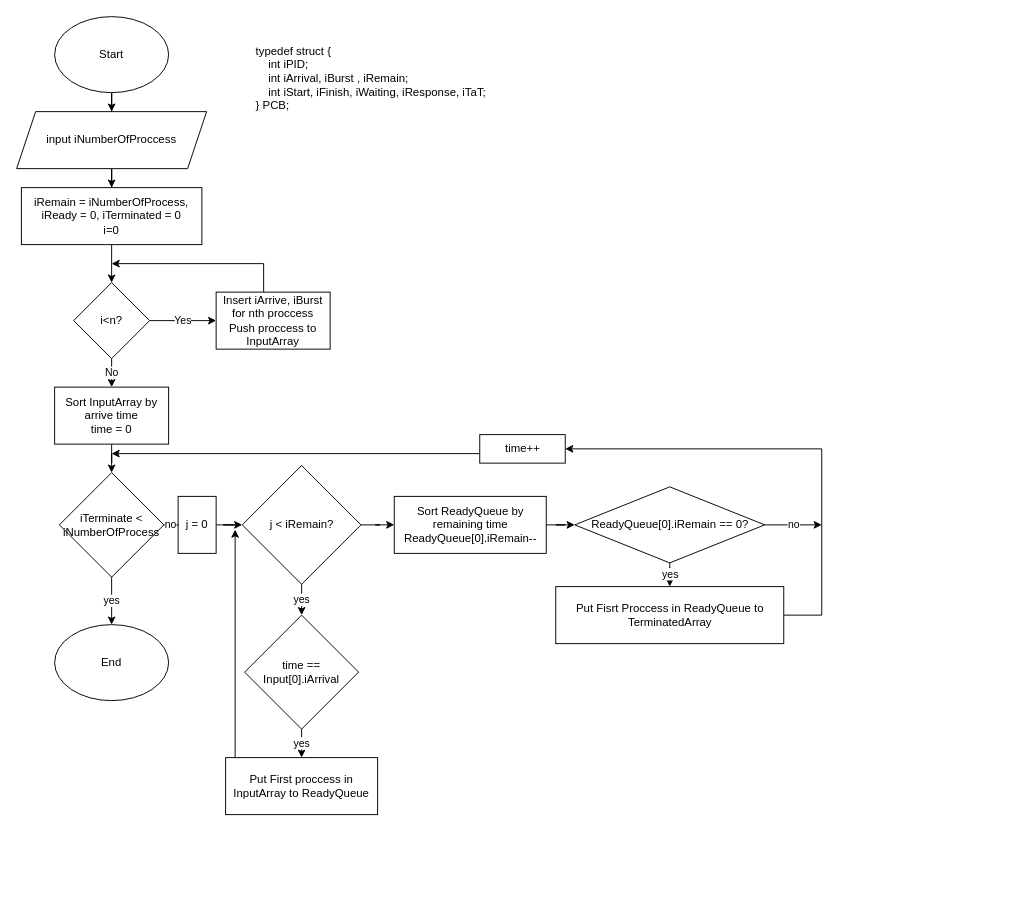
Earlier version of the draw.io diagram OS.drawio (Keny7503/draw.io). Source tidied: cells renumbered, new cells numbered last; positions are measured from the earlier drawing's top-left corner, leaving out a move shared by most shapes. Both pictures are drawn from the tidied source at 95%, with x=0, y=0 at pixel (16, 16).
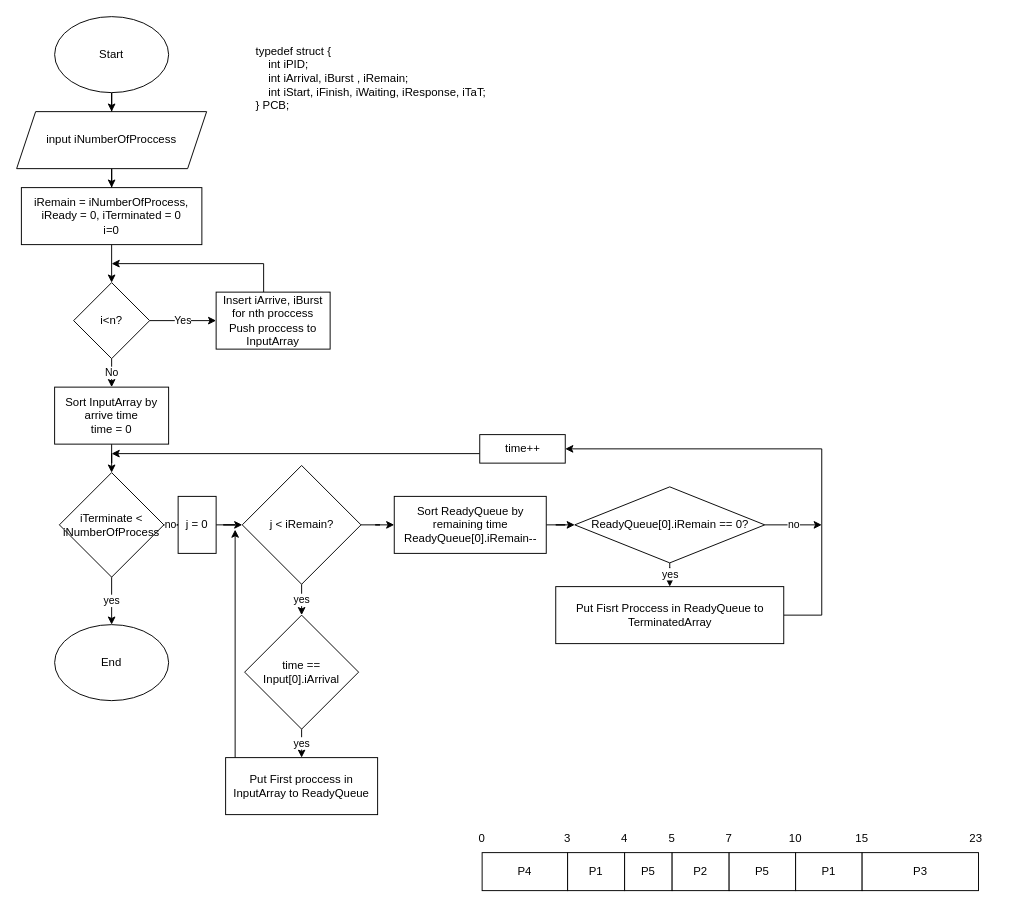
The same page after the edit.

The edit, as a diff of the source:
```diff
@@
+    <mxCell id="38" value="P4" style="rounded=0;whiteSpace=wrap;html=1;" parent="1" vertex="1">
+      <mxGeometry x="490" y="880" width="90" height="40" as="geometry" />
+    </mxCell>
+    <mxCell id="39" value="P1" style="rounded=0;whiteSpace=wrap;html=1;" parent="1" vertex="1">
+      <mxGeometry x="580" y="880" width="60" height="40" as="geometry" />
+    </mxCell>
+    <mxCell id="40" value="P5" style="rounded=0;whiteSpace=wrap;html=1;" parent="1" vertex="1">
+      <mxGeometry x="640" y="880" width="50" height="40" as="geometry" />
+    </mxCell>
+    <mxCell id="41" value="P2" style="rounded=0;whiteSpace=wrap;html=1;" parent="1" vertex="1">
+      <mxGeometry x="690" y="880" width="60" height="40" as="geometry" />
+    </mxCell>
+    <mxCell id="42" value="P5" style="rounded=0;whiteSpace=wrap;html=1;" parent="1" vertex="1">
+      <mxGeometry x="750" y="880" width="70" height="40" as="geometry" />
+    </mxCell>
+    <mxCell id="43" value="P1" style="rounded=0;whiteSpace=wrap;html=1;" parent="1" vertex="1">
+      <mxGeometry x="820" y="880" width="70" height="40" as="geometry" />
+    </mxCell>
+    <mxCell id="44" value="P3" style="rounded=0;whiteSpace=wrap;html=1;" parent="1" vertex="1">
+      <mxGeometry x="890" y="880" width="122.5" height="40" as="geometry" />
+    </mxCell>
+    <mxCell id="45" value="0" style="text;html=1;strokeColor=none;fillColor=none;align=center;verticalAlign=middle;whiteSpace=wrap;rounded=0;" parent="1" vertex="1">
+      <mxGeometry x="460" y="850" width="60" height="30" as="geometry" />
+    </mxCell>
+    <mxCell id="46" value="3" style="text;html=1;strokeColor=none;fillColor=none;align=center;verticalAlign=middle;whiteSpace=wrap;rounded=0;" parent="1" vertex="1">
+      <mxGeometry x="550" y="850" width="60" height="30" as="geometry" />
+    </mxCell>
+    <mxCell id="47" value="4" style="text;html=1;strokeColor=none;fillColor=none;align=center;verticalAlign=middle;whiteSpace=wrap;rounded=0;" parent="1" vertex="1">
+      <mxGeometry x="610" y="850" width="60" height="30" as="geometry" />
+    </mxCell>
+    <mxCell id="48" value="5" style="text;html=1;strokeColor=none;fillColor=none;align=center;verticalAlign=middle;whiteSpace=wrap;rounded=0;" parent="1" vertex="1">
+      <mxGeometry x="660" y="850" width="60" height="30" as="geometry" />
+    </mxCell>
+    <mxCell id="49" value="7" style="text;html=1;strokeColor=none;fillColor=none;align=center;verticalAlign=middle;whiteSpace=wrap;rounded=0;" parent="1" vertex="1">
+      <mxGeometry x="720" y="850" width="60" height="30" as="geometry" />
+    </mxCell>
+    <mxCell id="50" value="10" style="text;html=1;strokeColor=none;fillColor=none;align=center;verticalAlign=middle;whiteSpace=wrap;rounded=0;" parent="1" vertex="1">
+      <mxGeometry x="790" y="850" width="60" height="30" as="geometry" />
+    </mxCell>
+    <mxCell id="51" value="15" style="text;html=1;strokeColor=none;fillColor=none;align=center;verticalAlign=middle;whiteSpace=wrap;rounded=0;" parent="1" vertex="1">
+      <mxGeometry x="860" y="850" width="60" height="30" as="geometry" />
+    </mxCell>
+    <mxCell id="52" value="23" style="text;html=1;strokeColor=none;fillColor=none;align=center;verticalAlign=middle;whiteSpace=wrap;rounded=0;" parent="1" vertex="1">
+      <mxGeometry x="980" y="850" width="60" height="30" as="geometry" />
+    </mxCell>
```
